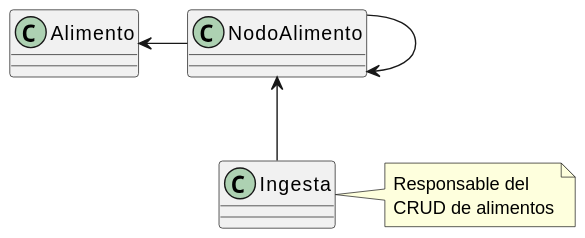
Before: images/modelosUML/modelosUML/iteracion1.svg, a diagram exported from PlantUML (puntoReflex/pyDiaDietaIngesta). Its diagram source:
```plantuml
@startuml
class Alimento
class NodoAlimento
class Ingesta

note right
    Responsable del
    CRUD de alimentos
end note

Alimento <--r-- NodoAlimento
NodoAlimento --> NodoAlimento
Ingesta -u-> NodoAlimento

@enduml
```
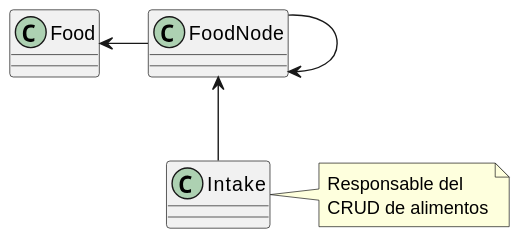
Above is the later version.

Change to the diagram source:
```diff
@@ -1,15 +1,15 @@
 @startuml
-class Alimento
-class NodoAlimento
-class Ingesta
+class Food
+class FoodNode
+class Intake
 
 note right
     Responsable del
     CRUD de alimentos
 end note
 
-Alimento <--r-- NodoAlimento
-NodoAlimento --> NodoAlimento
-Ingesta -u-> NodoAlimento
+Food <--r-- FoodNode
+FoodNode --> FoodNode
+Intake -u-> FoodNode
 
 @enduml
```
